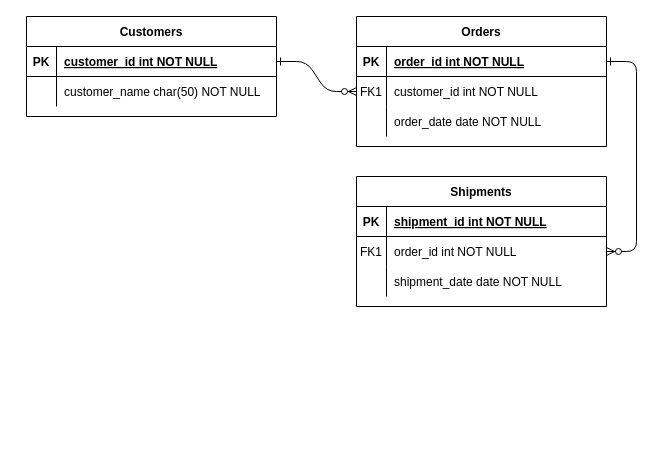
kaiwenh4/Stat170-Project keeps this draw.io diagram as ER_for_yelp.drawio. Above is the earlier version. Source tidied: cells renumbered, new cells numbered last; positions are measured from the earlier drawing's top-left corner, leaving out a move shared by most shapes. Both pictures are drawn from the tidied source at 100%, with x=0, y=0 at pixel (26, 16).
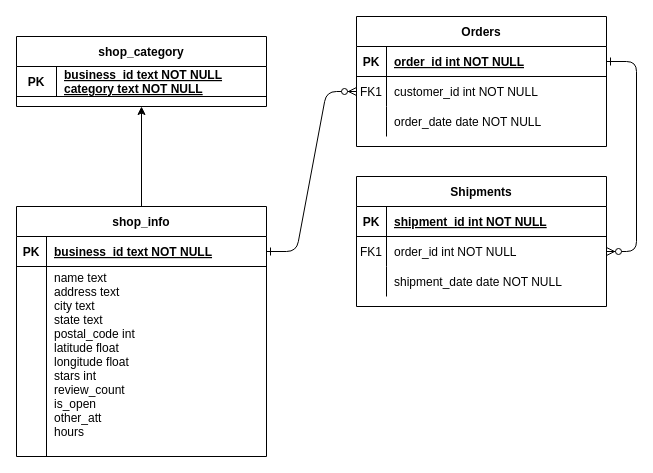
Above is the later version.

Unchanged cells that the change refers to:
```xml
<mxCell id="25" style="shape=partialRectangle;fillColor=none;points=[[0,0.5],[1,0.5]];portConstraint=eastwest;top=0;left=0;right=0;bottom=1;" parent="24" vertex="1">
  <mxGeometry y="30" width="250" height="30" as="geometry" />
</mxCell>
```

Change to the diagram source:
```diff
@@
+    <mxCell id="31" style="edgeStyle=orthogonalEdgeStyle;rounded=0;jettySize=auto;html=1;" parent="1" edge="1" source="24" target="32">
+      <mxGeometry relative="1" as="geometry" />
+    </mxCell>
-    <mxCell id="24" value="Customers" style="shape=table;startSize=30;childLayout=tableLayout;rowLines=0;fontStyle=1;align=center;" parent="1" vertex="1">
-      <mxGeometry width="250" height="100" as="geometry" />
+    <mxCell id="24" value="shop_info" style="shape=table;startSize=30;childLayout=tableLayout;rowLines=0;fontStyle=1;align=center;" parent="1" vertex="1">
+      <mxGeometry x="-10" y="190" width="250" height="250" as="geometry" />
     </mxCell>
@@
-    <mxCell id="27" value="customer_id int NOT NULL " style="shape=partialRectangle;overflow=hidden;fillColor=none;top=0;left=0;bottom=0;right=0;align=left;spacingLeft=6;fontStyle=5;" parent="25" vertex="1">
+    <mxCell id="27" value="business_id text NOT NULL " style="shape=partialRectangle;overflow=hidden;fillColor=none;top=0;left=0;bottom=0;right=0;align=left;spacingLeft=6;fontStyle=5;" parent="25" vertex="1">
       <mxGeometry x="30" width="220" height="30" as="geometry" />
     </mxCell>
     <mxCell id="28" style="shape=partialRectangle;fillColor=none;top=0;left=0;right=0;bottom=0;" parent="24" vertex="1">
-      <mxGeometry y="60" width="250" height="30" as="geometry" />
+      <mxGeometry y="60" width="250" height="190" as="geometry" />
     </mxCell>
     <mxCell id="29" style="shape=partialRectangle;overflow=hidden;fillColor=none;top=0;left=0;bottom=0;right=0;" parent="28" vertex="1">
-      <mxGeometry width="30" height="30" as="geometry" />
+      <mxGeometry width="30" height="190" as="geometry" />
     </mxCell>
-    <mxCell id="30" value="customer_name char(50) NOT NULL" style="shape=partialRectangle;overflow=hidden;fillColor=none;top=0;left=0;bottom=0;right=0;align=left;spacingLeft=6;" parent="28" vertex="1">
-      <mxGeometry x="30" width="220" height="30" as="geometry" />
+    <mxCell id="30" value="name text&#10;address text&#10;city text &#10;state text&#10;postal_code int&#10;latitude float&#10;longitude float&#10;stars int&#10;review_count &#10;is_open&#10;other_att&#10;hours&#10;" style="shape=partialRectangle;overflow=hidden;fillColor=none;top=0;left=0;bottom=0;right=0;align=left;spacingLeft=6;" parent="28" vertex="1">
+      <mxGeometry x="30" width="220" height="190" as="geometry" />
     </mxCell>
+    <mxCell id="32" value="shop_category" style="shape=table;startSize=30;childLayout=tableLayout;rowLines=0;fontStyle=1;align=center;" parent="1" vertex="1">
+      <mxGeometry x="-10" y="20" width="250" height="70" as="geometry" />
+    </mxCell>
+    <mxCell id="33" style="shape=partialRectangle;fillColor=none;top=0;left=0;right=0;bottom=1;" parent="32" vertex="1">
+      <mxGeometry y="30" width="250" height="30" as="geometry" />
+    </mxCell>
+    <mxCell id="34" value="PK" style="shape=partialRectangle;overflow=hidden;fillColor=none;top=0;left=0;bottom=0;right=0;fontStyle=1;" parent="33" vertex="1">
+      <mxGeometry width="40" height="30" as="geometry" />
+    </mxCell>
+    <mxCell id="35" value="business_id text NOT NULL &#10;category text NOT NULL" style="shape=partialRectangle;overflow=hidden;fillColor=none;top=0;left=0;bottom=0;right=0;align=left;spacingLeft=6;fontStyle=5;" parent="33" vertex="1">
+      <mxGeometry x="40" width="210" height="30" as="geometry" />
+    </mxCell>
```
